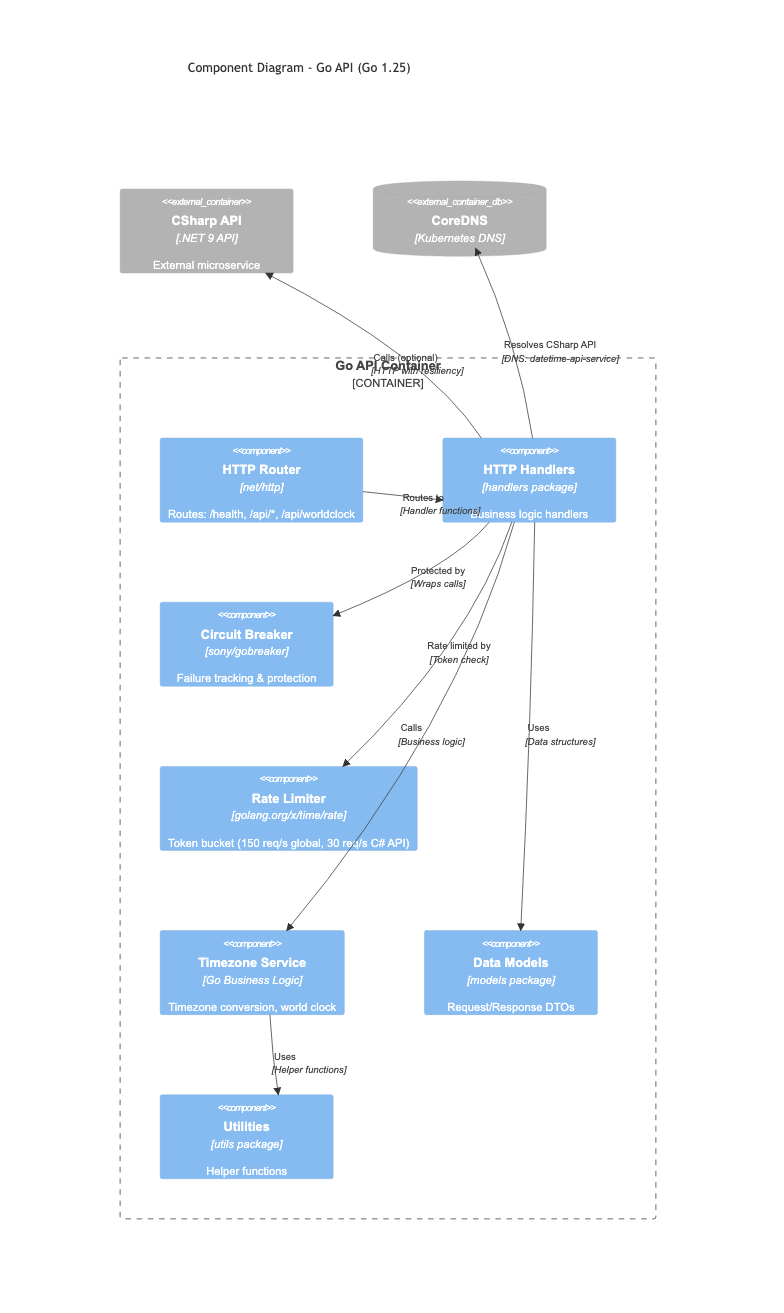
Above: docs/diagrams/c4-component-go.png in esersahin/datetime-k8s (Mermaid), before the change. Its source is kept beside it as docs/diagrams/c4-component-go.mmd. The source it was exported from:
```mermaid
C4Component
    title Component Diagram - Go API (Go 1.25)

    Container_Boundary(go_api_boundary, "Go API Container") {
        Component(router, "HTTP Router", "net/http", "Routes: /health, /api/*, /api/worldclock")
        Component(handlers, "HTTP Handlers", "handlers package", "Business logic handlers")

        Component(go_circuit_breaker, "Circuit Breaker", "sony/gobreaker", "Failure tracking & protection")
        Component(go_rate_limiter, "Rate Limiter", "golang.org/x/time/rate", "Token bucket (150 req/s global, 30 req/s C# API)")

        Component(timezone_service, "Timezone Service", "Go Business Logic", "Timezone conversion, world clock")
        Component(models, "Data Models", "models package", "Request/Response DTOs")
        Component(utils, "Utilities", "utils package", "Helper functions")
    }

    Container_Ext(csharp_api_ext, "CSharp API", ".NET 9 API", "External microservice")
    ContainerDb_Ext(k8s_dns_ext2, "CoreDNS", "Kubernetes DNS")

    Rel(router, handlers, "Routes to", "Handler functions")
    Rel(handlers, go_circuit_breaker, "Protected by", "Wraps calls")
    Rel(handlers, go_rate_limiter, "Rate limited by", "Token check")
    Rel(handlers, timezone_service, "Calls", "Business logic")
    Rel(handlers, models, "Uses", "Data structures")
    Rel(timezone_service, utils, "Uses", "Helper functions")

    Rel(handlers, k8s_dns_ext2, "Resolves CSharp API", "DNS: datetime-api-service")
    Rel(handlers, csharp_api_ext, "Calls (optional)", "HTTP with resiliency")

    UpdateLayoutConfig($c4ShapeInRow="3", $c4BoundaryInRow="1")
```
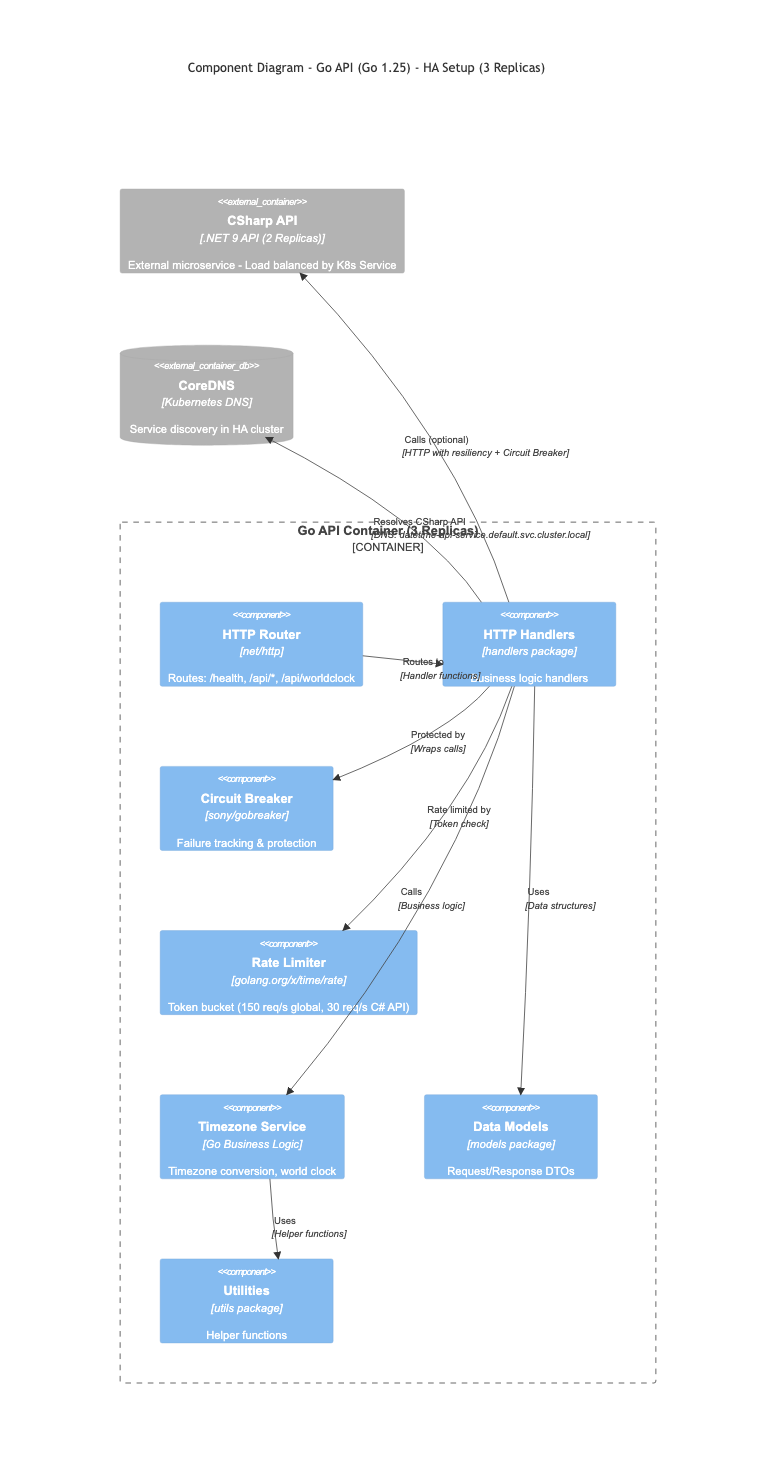
Later version of the same file.

The edit, as a diff of the source:
```diff
@@ -1,7 +1,7 @@
 C4Component
-    title Component Diagram - Go API (Go 1.25)
+    title Component Diagram - Go API (Go 1.25) - HA Setup (3 Replicas)
 
-    Container_Boundary(go_api_boundary, "Go API Container") {
+    Container_Boundary(go_api_boundary, "Go API Container (3 Replicas)") {
         Component(router, "HTTP Router", "net/http", "Routes: /health, /api/*, /api/worldclock")
         Component(handlers, "HTTP Handlers", "handlers package", "Business logic handlers")
 
@@ -13,8 +13,8 @@
         Component(utils, "Utilities", "utils package", "Helper functions")
     }
 
-    Container_Ext(csharp_api_ext, "CSharp API", ".NET 9 API", "External microservice")
-    ContainerDb_Ext(k8s_dns_ext2, "CoreDNS", "Kubernetes DNS")
+    Container_Ext(csharp_api_ext, "CSharp API", ".NET 9 API (2 Replicas)", "External microservice - Load balanced by K8s Service")
+    ContainerDb_Ext(k8s_dns_ext2, "CoreDNS", "Kubernetes DNS", "Service discovery in HA cluster")
 
     Rel(router, handlers, "Routes to", "Handler functions")
     Rel(handlers, go_circuit_breaker, "Protected by", "Wraps calls")
@@ -23,7 +23,7 @@
     Rel(handlers, models, "Uses", "Data structures")
     Rel(timezone_service, utils, "Uses", "Helper functions")
 
-    Rel(handlers, k8s_dns_ext2, "Resolves CSharp API", "DNS: datetime-api-service")
-    Rel(handlers, csharp_api_ext, "Calls (optional)", "HTTP with resiliency")
+    Rel(handlers, k8s_dns_ext2, "Resolves CSharp API", "DNS: datetime-api-service.default.svc.cluster.local")
+    Rel(handlers, csharp_api_ext, "Calls (optional)", "HTTP with resiliency + Circuit Breaker")
 
     UpdateLayoutConfig($c4ShapeInRow="3", $c4BoundaryInRow="1")
```
